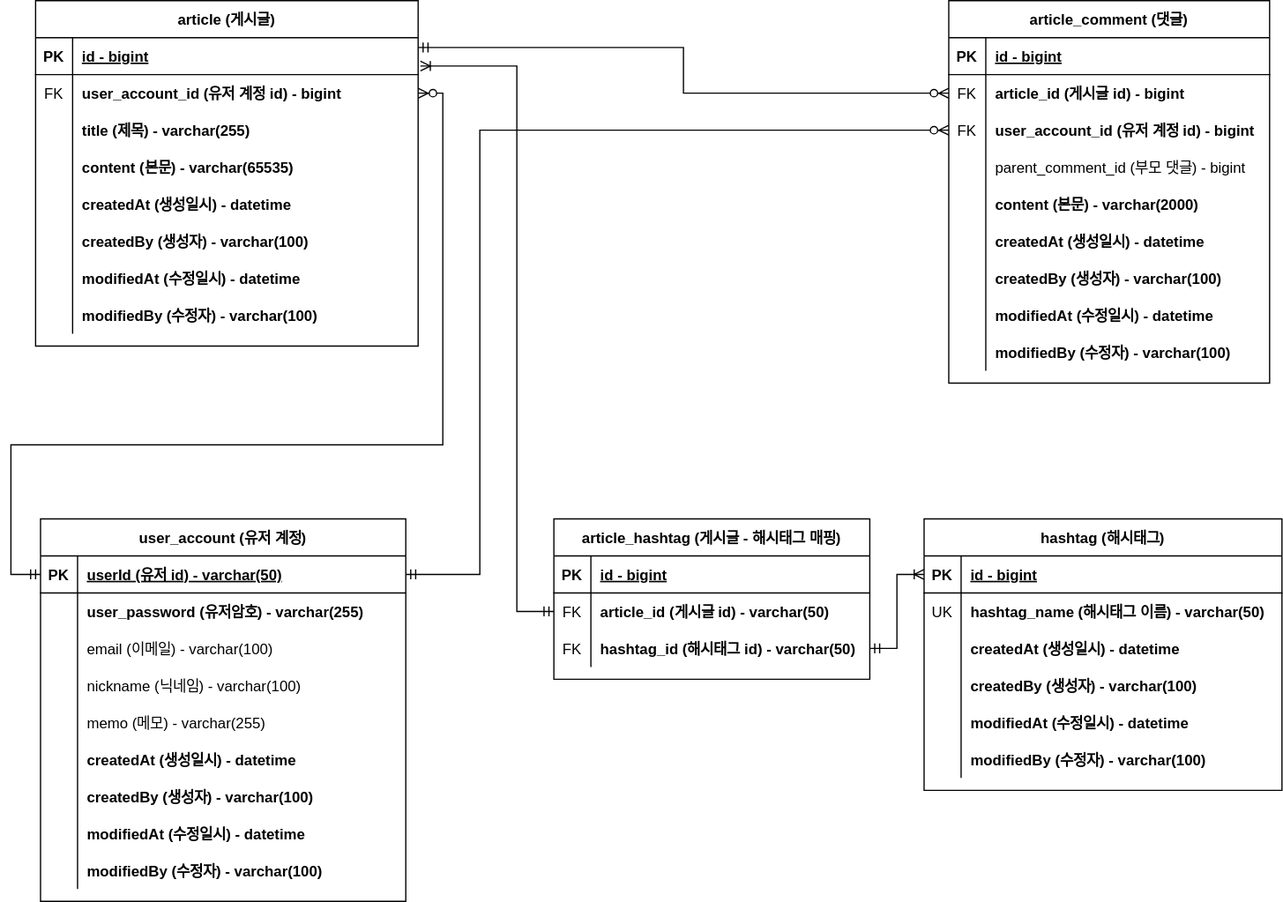
This is document/project-board-erd.svg from djkeh/fastcampus-project-board, a draw.io export, as it was before one commit. Source tidied: cells renumbered, new cells last; positions are measured from the earlier drawing's top-left corner, leaving out a move shared by most shapes.
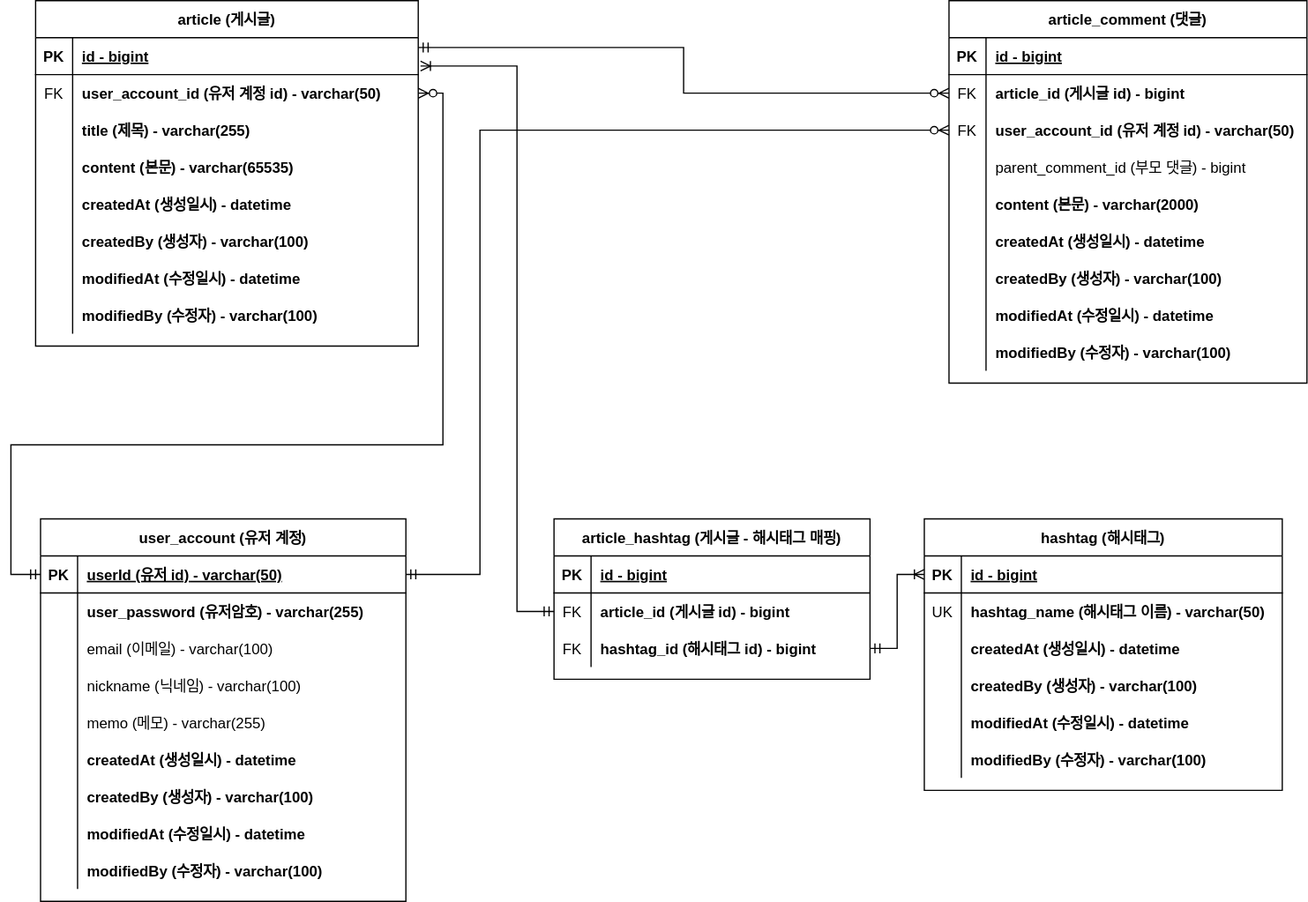
Later version of the same file.

Commit message:
doc: ERD 오류 수정 - `article_hashtag` 테이블의 `article_id`, `hashtag_id` 자료형을 varchar -> bigint로 수정 - `user_account_id` 자료형을 bigint -> varchar로 수정  #132

The edit, as a diff of the source:
```diff
@@ -20,7 +20,7 @@
     <mxCell id="7" value="FK" style="shape=partialRectangle;fillColor=none;top=0;left=0;bottom=0;right=0;overflow=hidden;" parent="6" vertex="1">
       <mxGeometry width="30" height="30" as="geometry" />
     </mxCell>
-    <mxCell id="8" value="user_account_id (유저 계정 id) - bigint" style="shape=partialRectangle;fillColor=none;top=0;left=0;bottom=0;right=0;align=left;spacingLeft=6;overflow=hidden;fontStyle=1;" parent="6" vertex="1">
+    <mxCell id="8" value="user_account_id (유저 계정 id) - varchar(50)" style="shape=partialRectangle;fillColor=none;top=0;left=0;bottom=0;right=0;align=left;spacingLeft=6;overflow=hidden;fontStyle=1;" parent="6" vertex="1">
       <mxGeometry x="30" width="280" height="30" as="geometry" />
     </mxCell>
     <mxCell id="9" style="shape=tableRow;horizontal=0;startSize=0;swimlaneHead=0;swimlaneBody=0;fillColor=none;top=0;left=0;right=0;bottom=0;" parent="2" vertex="1">
@@ -78,88 +78,88 @@
       <mxGeometry x="30" width="280" height="30" as="geometry" />
     </mxCell>
     <mxCell id="27" value="article_comment (댓글)" style="shape=table;startSize=30;rowLines=0;fontStyle=1;align=center;" parent="1" vertex="1">
-      <mxGeometry x="760" width="260" height="310" as="geometry" />
+      <mxGeometry x="760" width="290" height="310" as="geometry" />
     </mxCell>
     <mxCell id="28" style="shape=tableRow;horizontal=0;startSize=0;swimlaneHead=0;swimlaneBody=0;fillColor=none;top=0;left=0;right=0;bottom=1;" parent="27" vertex="1">
-      <mxGeometry y="30" width="260" height="30" as="geometry" />
+      <mxGeometry y="30" width="290" height="30" as="geometry" />
     </mxCell>
     <mxCell id="29" value="PK" style="shape=partialRectangle;fillColor=none;top=0;left=0;bottom=0;right=0;fontStyle=1;overflow=hidden;" parent="28" vertex="1">
       <mxGeometry width="30" height="30" as="geometry" />
     </mxCell>
     <mxCell id="30" value="id - bigint" style="shape=partialRectangle;fillColor=none;top=0;left=0;bottom=0;right=0;align=left;spacingLeft=6;fontStyle=5;overflow=hidden;" parent="28" vertex="1">
-      <mxGeometry x="30" width="230" height="30" as="geometry" />
+      <mxGeometry x="30" width="260" height="30" as="geometry" />
     </mxCell>
     <mxCell id="31" style="shape=tableRow;horizontal=0;startSize=0;swimlaneHead=0;swimlaneBody=0;fillColor=none;points=[[0,0.5],[1,0.5]];portConstraint=eastwest;top=0;left=0;right=0;bottom=0;" parent="27" vertex="1">
-      <mxGeometry y="60" width="260" height="30" as="geometry" />
+      <mxGeometry y="60" width="290" height="30" as="geometry" />
     </mxCell>
     <mxCell id="32" value="FK" style="shape=partialRectangle;fillColor=none;top=0;left=0;bottom=0;right=0;overflow=hidden;" parent="31" vertex="1">
       <mxGeometry width="30" height="30" as="geometry" />
     </mxCell>
     <mxCell id="33" value="article_id (게시글 id) - bigint" style="shape=partialRectangle;fillColor=none;top=0;left=0;bottom=0;right=0;align=left;spacingLeft=6;overflow=hidden;fontStyle=1;" parent="31" vertex="1">
-      <mxGeometry x="30" width="230" height="30" as="geometry" />
+      <mxGeometry x="30" width="260" height="30" as="geometry" />
     </mxCell>
     <mxCell id="34" style="shape=tableRow;horizontal=0;startSize=0;swimlaneHead=0;swimlaneBody=0;fillColor=none;points=[[0,0.5],[1,0.5]];portConstraint=eastwest;top=0;left=0;right=0;bottom=0;" parent="27" vertex="1">
-      <mxGeometry y="90" width="260" height="30" as="geometry" />
+      <mxGeometry y="90" width="290" height="30" as="geometry" />
     </mxCell>
     <mxCell id="35" value="FK" style="shape=partialRectangle;fillColor=none;top=0;left=0;bottom=0;right=0;overflow=hidden;" parent="34" vertex="1">
       <mxGeometry width="30" height="30" as="geometry" />
     </mxCell>
-    <mxCell id="36" value="user_account_id (유저 계정 id) - bigint" style="shape=partialRectangle;fillColor=none;top=0;left=0;bottom=0;right=0;align=left;spacingLeft=6;overflow=hidden;fontStyle=1;" parent="34" vertex="1">
-      <mxGeometry x="30" width="230" height="30" as="geometry" />
+    <mxCell id="36" value="user_account_id (유저 계정 id) - varchar(50)" style="shape=partialRectangle;fillColor=none;top=0;left=0;bottom=0;right=0;align=left;spacingLeft=6;overflow=hidden;fontStyle=1;" parent="34" vertex="1">
+      <mxGeometry x="30" width="260" height="30" as="geometry" />
     </mxCell>
     <mxCell id="37" style="shape=tableRow;horizontal=0;startSize=0;swimlaneHead=0;swimlaneBody=0;fillColor=none;top=0;left=0;right=0;bottom=0;fontStyle=0;" parent="27" vertex="1">
-      <mxGeometry y="120" width="260" height="30" as="geometry" />
+      <mxGeometry y="120" width="290" height="30" as="geometry" />
     </mxCell>
     <mxCell id="38" style="shape=partialRectangle;fillColor=none;top=0;left=0;bottom=0;right=0;overflow=hidden;" parent="37" vertex="1">
       <mxGeometry width="30" height="30" as="geometry" />
     </mxCell>
     <mxCell id="39" value="parent_comment_id (부모 댓글) - bigint" style="shape=partialRectangle;fillColor=none;top=0;left=0;bottom=0;right=0;align=left;spacingLeft=6;overflow=hidden;fontStyle=0;" parent="37" vertex="1">
-      <mxGeometry x="30" width="230" height="30" as="geometry" />
+      <mxGeometry x="30" width="260" height="30" as="geometry" />
     </mxCell>
     <mxCell id="40" style="shape=tableRow;horizontal=0;startSize=0;swimlaneHead=0;swimlaneBody=0;fillColor=none;top=0;left=0;right=0;bottom=0;" parent="27" vertex="1">
-      <mxGeometry y="150" width="260" height="30" as="geometry" />
+      <mxGeometry y="150" width="290" height="30" as="geometry" />
     </mxCell>
     <mxCell id="41" style="shape=partialRectangle;fillColor=none;top=0;left=0;bottom=0;right=0;overflow=hidden;" parent="40" vertex="1">
       <mxGeometry width="30" height="30" as="geometry" />
     </mxCell>
     <mxCell id="42" value="content (본문) - varchar(2000)" style="shape=partialRectangle;fillColor=none;top=0;left=0;bottom=0;right=0;align=left;spacingLeft=6;overflow=hidden;fontStyle=1;" parent="40" vertex="1">
-      <mxGeometry x="30" width="230" height="30" as="geometry" />
+      <mxGeometry x="30" width="260" height="30" as="geometry" />
     </mxCell>
     <mxCell id="43" style="shape=tableRow;horizontal=0;startSize=0;swimlaneHead=0;swimlaneBody=0;fillColor=none;top=0;left=0;right=0;bottom=0;" parent="27" vertex="1">
-      <mxGeometry y="180" width="260" height="30" as="geometry" />
+      <mxGeometry y="180" width="290" height="30" as="geometry" />
     </mxCell>
     <mxCell id="44" style="shape=partialRectangle;fillColor=none;top=0;left=0;bottom=0;right=0;overflow=hidden;" parent="43" vertex="1">
       <mxGeometry width="30" height="30" as="geometry" />
     </mxCell>
     <mxCell id="45" value="createdAt (생성일시) - datetime" style="shape=partialRectangle;fillColor=none;top=0;left=0;bottom=0;right=0;align=left;spacingLeft=6;overflow=hidden;fontStyle=1;" parent="43" vertex="1">
-      <mxGeometry x="30" width="230" height="30" as="geometry" />
+      <mxGeometry x="30" width="260" height="30" as="geometry" />
     </mxCell>
     <mxCell id="46" style="shape=tableRow;horizontal=0;startSize=0;swimlaneHead=0;swimlaneBody=0;fillColor=none;top=0;left=0;right=0;bottom=0;" parent="27" vertex="1">
-      <mxGeometry y="210" width="260" height="30" as="geometry" />
+      <mxGeometry y="210" width="290" height="30" as="geometry" />
     </mxCell>
     <mxCell id="47" style="shape=partialRectangle;fillColor=none;top=0;left=0;bottom=0;right=0;overflow=hidden;" parent="46" vertex="1">
       <mxGeometry width="30" height="30" as="geometry" />
     </mxCell>
     <mxCell id="48" value="createdBy (생성자) - varchar(100)" style="shape=partialRectangle;fillColor=none;top=0;left=0;bottom=0;right=0;align=left;spacingLeft=6;overflow=hidden;fontStyle=1;" parent="46" vertex="1">
-      <mxGeometry x="30" width="230" height="30" as="geometry" />
+      <mxGeometry x="30" width="260" height="30" as="geometry" />
     </mxCell>
     <mxCell id="49" style="shape=tableRow;horizontal=0;startSize=0;swimlaneHead=0;swimlaneBody=0;fillColor=none;top=0;left=0;right=0;bottom=0;" parent="27" vertex="1">
-      <mxGeometry y="240" width="260" height="30" as="geometry" />
+      <mxGeometry y="240" width="290" height="30" as="geometry" />
     </mxCell>
     <mxCell id="50" style="shape=partialRectangle;fillColor=none;top=0;left=0;bottom=0;right=0;overflow=hidden;" parent="49" vertex="1">
       <mxGeometry width="30" height="30" as="geometry" />
     </mxCell>
     <mxCell id="51" value="modifiedAt (수정일시) - datetime" style="shape=partialRectangle;fillColor=none;top=0;left=0;bottom=0;right=0;align=left;spacingLeft=6;overflow=hidden;fontStyle=1;" parent="49" vertex="1">
-      <mxGeometry x="30" width="230" height="30" as="geometry" />
+      <mxGeometry x="30" width="260" height="30" as="geometry" />
     </mxCell>
     <mxCell id="52" style="shape=tableRow;horizontal=0;startSize=0;swimlaneHead=0;swimlaneBody=0;fillColor=none;top=0;left=0;right=0;bottom=0;" parent="27" vertex="1">
-      <mxGeometry y="270" width="260" height="30" as="geometry" />
+      <mxGeometry y="270" width="290" height="30" as="geometry" />
     </mxCell>
     <mxCell id="53" style="shape=partialRectangle;fillColor=none;top=0;left=0;bottom=0;right=0;overflow=hidden;" parent="52" vertex="1">
       <mxGeometry width="30" height="30" as="geometry" />
     </mxCell>
     <mxCell id="54" value="modifiedBy (수정자) - varchar(100)" style="shape=partialRectangle;fillColor=none;top=0;left=0;bottom=0;right=0;align=left;spacingLeft=6;overflow=hidden;fontStyle=1;" parent="52" vertex="1">
-      <mxGeometry x="30" width="230" height="30" as="geometry" />
+      <mxGeometry x="30" width="260" height="30" as="geometry" />
     </mxCell>
     <mxCell id="55" style="edgeStyle=orthogonalEdgeStyle;fontSize=12;html=1;endArrow=ERzeroToMany;startArrow=ERmandOne;rounded=0;entryX=0;entryY=0.5;entryDx=0;entryDy=0;exitX=1;exitY=0.267;exitDx=0;exitDy=0;exitPerimeter=0;" parent="1" edge="1" source="3" target="31">
       <mxGeometry relative="1" as="geometry" />
@@ -341,7 +341,7 @@
     <mxCell id="110" value="FK" style="shape=partialRectangle;fillColor=none;top=0;left=0;bottom=0;right=0;overflow=hidden;" parent="109" vertex="1">
       <mxGeometry width="30" height="30" as="geometry" />
     </mxCell>
-    <mxCell id="111" value="article_id (게시글 id) - varchar(50)" style="shape=partialRectangle;fillColor=none;top=0;left=0;bottom=0;right=0;align=left;spacingLeft=6;overflow=hidden;fontStyle=1;" parent="109" vertex="1">
+    <mxCell id="111" value="article_id (게시글 id) - bigint" style="shape=partialRectangle;fillColor=none;top=0;left=0;bottom=0;right=0;align=left;spacingLeft=6;overflow=hidden;fontStyle=1;" parent="109" vertex="1">
       <mxGeometry x="30" width="226" height="30" as="geometry" />
     </mxCell>
     <mxCell id="112" style="shape=tableRow;horizontal=0;startSize=0;swimlaneHead=0;swimlaneBody=0;fillColor=none;points=[[0,0.5],[1,0.5]];portConstraint=eastwest;top=0;left=0;right=0;bottom=0;" parent="105" vertex="1">
@@ -350,7 +350,7 @@
     <mxCell id="113" value="FK" style="shape=partialRectangle;fillColor=none;top=0;left=0;bottom=0;right=0;overflow=hidden;" parent="112" vertex="1">
       <mxGeometry width="30" height="30" as="geometry" />
     </mxCell>
-    <mxCell id="114" value="hashtag_id (해시태그 id) - varchar(50)" style="shape=partialRectangle;fillColor=none;top=0;left=0;bottom=0;right=0;align=left;spacingLeft=6;overflow=hidden;fontStyle=1;" parent="112" vertex="1">
+    <mxCell id="114" value="hashtag_id (해시태그 id) - bigint" style="shape=partialRectangle;fillColor=none;top=0;left=0;bottom=0;right=0;align=left;spacingLeft=6;overflow=hidden;fontStyle=1;" parent="112" vertex="1">
       <mxGeometry x="30" width="226" height="30" as="geometry" />
     </mxCell>
     <mxCell id="115" style="edgeStyle=orthogonalEdgeStyle;rounded=0;jettySize=auto;html=1;exitX=1;exitY=0.5;exitDx=0;exitDy=0;entryX=0;entryY=0.5;entryDx=0;entryDy=0;endArrow=ERoneToMany;endFill=0;startArrow=ERmandOne;startFill=0;" parent="1" edge="1" source="112" target="87">
```
